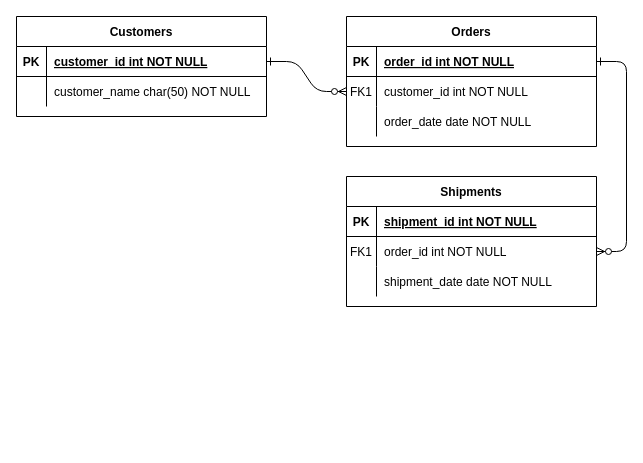
This is Untitled Diagram.drawio from fconakuaz/Prueba_Canal, a draw.io file, before an edit. Source tidied: cells renumbered, new cells numbered last; positions are measured from the earlier drawing's top-left corner, leaving out a move shared by most shapes. Both pictures are drawn from the tidied source at 100%, with x=0, y=0 at pixel (16, 16).
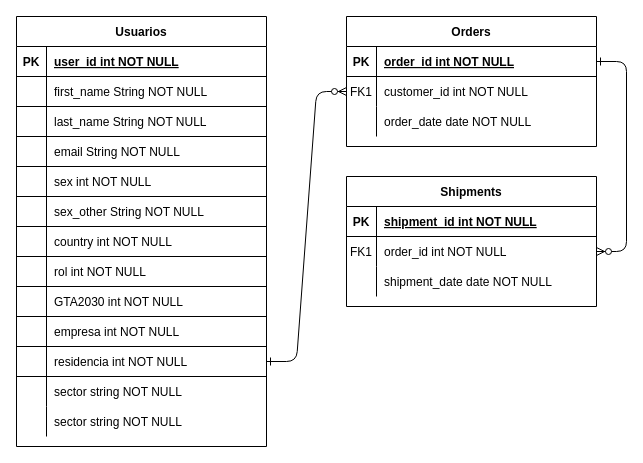
After the change.

The edit, as a diff of the source:
```diff
@@
-    <mxCell id="24" value="Customers" style="shape=table;startSize=30;childLayout=tableLayout;rowLines=0;fontStyle=1;align=center;" parent="1" vertex="1">
-      <mxGeometry width="250" height="100" as="geometry" />
+    <mxCell id="24" value="Usuarios" style="shape=table;startSize=30;childLayout=tableLayout;rowLines=0;fontStyle=1;align=center;" parent="1" vertex="1">
+      <mxGeometry width="250" height="430" as="geometry" />
     </mxCell>
+    <mxCell id="31" style="shape=partialRectangle;fillColor=none;top=0;left=0;right=0;bottom=1;" parent="24" vertex="1">
+      <mxGeometry y="30" width="250" height="30" as="geometry" />
+    </mxCell>
+    <mxCell id="32" value="PK" style="shape=partialRectangle;overflow=hidden;fillColor=none;top=0;left=0;bottom=0;right=0;fontStyle=1;" parent="31" vertex="1">
+      <mxGeometry width="30" height="30" as="geometry" />
+    </mxCell>
+    <mxCell id="33" value="user_id int NOT NULL " style="shape=partialRectangle;overflow=hidden;fillColor=none;top=0;left=0;bottom=0;right=0;align=left;spacingLeft=6;fontStyle=5;" parent="31" vertex="1">
+      <mxGeometry x="30" width="220" height="30" as="geometry" />
+    </mxCell>
+    <mxCell id="34" style="shape=partialRectangle;fillColor=none;top=0;left=0;right=0;bottom=1;" parent="24" vertex="1">
+      <mxGeometry y="60" width="250" height="30" as="geometry" />
+    </mxCell>
+    <mxCell id="35" style="shape=partialRectangle;overflow=hidden;fillColor=none;top=0;left=0;bottom=0;right=0;fontStyle=1;" parent="34" vertex="1">
+      <mxGeometry width="30" height="30" as="geometry" />
+    </mxCell>
+    <mxCell id="36" value="first_name String NOT NULL " style="shape=partialRectangle;overflow=hidden;fillColor=none;top=0;left=0;bottom=0;right=0;align=left;spacingLeft=6;fontStyle=0;strokeColor=none;" parent="34" vertex="1">
+      <mxGeometry x="30" width="220" height="30" as="geometry" />
+    </mxCell>
+    <mxCell id="37" style="shape=partialRectangle;fillColor=none;top=0;left=0;right=0;bottom=1;" parent="24" vertex="1">
+      <mxGeometry y="90" width="250" height="30" as="geometry" />
+    </mxCell>
+    <mxCell id="38" style="shape=partialRectangle;overflow=hidden;fillColor=none;top=0;left=0;bottom=0;right=0;fontStyle=1;" parent="37" vertex="1">
+      <mxGeometry width="30" height="30" as="geometry" />
+    </mxCell>
+    <mxCell id="39" value="last_name String NOT NULL " style="shape=partialRectangle;overflow=hidden;fillColor=none;top=0;left=0;bottom=0;right=0;align=left;spacingLeft=6;fontStyle=0;strokeColor=none;" parent="37" vertex="1">
+      <mxGeometry x="30" width="220" height="30" as="geometry" />
+    </mxCell>
+    <mxCell id="40" style="shape=partialRectangle;fillColor=none;top=0;left=0;right=0;bottom=1;" parent="24" vertex="1">
+      <mxGeometry y="120" width="250" height="30" as="geometry" />
+    </mxCell>
+    <mxCell id="41" style="shape=partialRectangle;overflow=hidden;fillColor=none;top=0;left=0;bottom=0;right=0;fontStyle=1;" parent="40" vertex="1">
+      <mxGeometry width="30" height="30" as="geometry" />
+    </mxCell>
+    <mxCell id="42" value="email String NOT NULL " style="shape=partialRectangle;overflow=hidden;fillColor=none;top=0;left=0;bottom=0;right=0;align=left;spacingLeft=6;fontStyle=0;strokeColor=none;" parent="40" vertex="1">
+      <mxGeometry x="30" width="220" height="30" as="geometry" />
+    </mxCell>
+    <mxCell id="43" style="shape=partialRectangle;fillColor=none;top=0;left=0;right=0;bottom=1;" parent="24" vertex="1">
+      <mxGeometry y="150" width="250" height="30" as="geometry" />
+    </mxCell>
+    <mxCell id="44" style="shape=partialRectangle;overflow=hidden;fillColor=none;top=0;left=0;bottom=0;right=0;fontStyle=1;" parent="43" vertex="1">
+      <mxGeometry width="30" height="30" as="geometry" />
+    </mxCell>
+    <mxCell id="45" value="sex int NOT NULL " style="shape=partialRectangle;overflow=hidden;fillColor=none;top=0;left=0;bottom=0;right=0;align=left;spacingLeft=6;fontStyle=0;strokeColor=none;" parent="43" vertex="1">
+      <mxGeometry x="30" width="220" height="30" as="geometry" />
+    </mxCell>
+    <mxCell id="46" style="shape=partialRectangle;fillColor=none;top=0;left=0;right=0;bottom=1;" parent="24" vertex="1">
+      <mxGeometry y="180" width="250" height="30" as="geometry" />
+    </mxCell>
+    <mxCell id="47" style="shape=partialRectangle;overflow=hidden;fillColor=none;top=0;left=0;bottom=0;right=0;fontStyle=1;" parent="46" vertex="1">
+      <mxGeometry width="30" height="30" as="geometry" />
+    </mxCell>
+    <mxCell id="48" value="sex_other String NOT NULL " style="shape=partialRectangle;overflow=hidden;fillColor=none;top=0;left=0;bottom=0;right=0;align=left;spacingLeft=6;fontStyle=0;strokeColor=none;" parent="46" vertex="1">
+      <mxGeometry x="30" width="220" height="30" as="geometry" />
+    </mxCell>
+    <mxCell id="49" style="shape=partialRectangle;fillColor=none;top=0;left=0;right=0;bottom=1;" parent="24" vertex="1">
+      <mxGeometry y="210" width="250" height="30" as="geometry" />
+    </mxCell>
+    <mxCell id="50" style="shape=partialRectangle;overflow=hidden;fillColor=none;top=0;left=0;bottom=0;right=0;fontStyle=1;" parent="49" vertex="1">
+      <mxGeometry width="30" height="30" as="geometry" />
+    </mxCell>
+    <mxCell id="51" value="country int NOT NULL " style="shape=partialRectangle;overflow=hidden;fillColor=none;top=0;left=0;bottom=0;right=0;align=left;spacingLeft=6;fontStyle=0;strokeColor=none;" parent="49" vertex="1">
+      <mxGeometry x="30" width="220" height="30" as="geometry" />
+    </mxCell>
+    <mxCell id="52" style="shape=partialRectangle;fillColor=none;top=0;left=0;right=0;bottom=1;" parent="24" vertex="1">
+      <mxGeometry y="240" width="250" height="30" as="geometry" />
+    </mxCell>
+    <mxCell id="53" style="shape=partialRectangle;overflow=hidden;fillColor=none;top=0;left=0;bottom=0;right=0;fontStyle=1;" parent="52" vertex="1">
+      <mxGeometry width="30" height="30" as="geometry" />
+    </mxCell>
+    <mxCell id="54" value="rol int NOT NULL " style="shape=partialRectangle;overflow=hidden;fillColor=none;top=0;left=0;bottom=0;right=0;align=left;spacingLeft=6;fontStyle=0;strokeColor=none;" parent="52" vertex="1">
+      <mxGeometry x="30" width="220" height="30" as="geometry" />
+    </mxCell>
+    <mxCell id="55" style="shape=partialRectangle;fillColor=none;top=0;left=0;right=0;bottom=1;" parent="24" vertex="1">
+      <mxGeometry y="270" width="250" height="30" as="geometry" />
+    </mxCell>
+    <mxCell id="56" style="shape=partialRectangle;overflow=hidden;fillColor=none;top=0;left=0;bottom=0;right=0;fontStyle=1;" parent="55" vertex="1">
+      <mxGeometry width="30" height="30" as="geometry" />
+    </mxCell>
+    <mxCell id="57" value="GTA2030 int NOT NULL " style="shape=partialRectangle;overflow=hidden;fillColor=none;top=0;left=0;bottom=0;right=0;align=left;spacingLeft=6;fontStyle=0;strokeColor=none;" parent="55" vertex="1">
+      <mxGeometry x="30" width="220" height="30" as="geometry" />
+    </mxCell>
+    <mxCell id="58" style="shape=partialRectangle;fillColor=none;top=0;left=0;right=0;bottom=1;" parent="24" vertex="1">
+      <mxGeometry y="300" width="250" height="30" as="geometry" />
+    </mxCell>
+    <mxCell id="59" style="shape=partialRectangle;overflow=hidden;fillColor=none;top=0;left=0;bottom=0;right=0;fontStyle=1;" parent="58" vertex="1">
+      <mxGeometry width="30" height="30" as="geometry" />
+    </mxCell>
+    <mxCell id="60" value="empresa int NOT NULL " style="shape=partialRectangle;overflow=hidden;fillColor=none;top=0;left=0;bottom=0;right=0;align=left;spacingLeft=6;fontStyle=0;strokeColor=none;" parent="58" vertex="1">
+      <mxGeometry x="30" width="220" height="30" as="geometry" />
+    </mxCell>
     <mxCell id="25" style="shape=partialRectangle;fillColor=none;points=[[0,0.5],[1,0.5]];portConstraint=eastwest;top=0;left=0;right=0;bottom=1;" parent="24" vertex="1">
-      <mxGeometry y="30" width="250" height="30" as="geometry" />
+      <mxGeometry y="330" width="250" height="30" as="geometry" />
     </mxCell>
-    <mxCell id="26" value="PK" style="shape=partialRectangle;overflow=hidden;fillColor=none;top=0;left=0;bottom=0;right=0;fontStyle=1;" parent="25" vertex="1">
+    <mxCell id="26" style="shape=partialRectangle;overflow=hidden;fillColor=none;top=0;left=0;bottom=0;right=0;fontStyle=1;" parent="25" vertex="1">
       <mxGeometry width="30" height="30" as="geometry" />
     </mxCell>
-    <mxCell id="27" value="customer_id int NOT NULL " style="shape=partialRectangle;overflow=hidden;fillColor=none;top=0;left=0;bottom=0;right=0;align=left;spacingLeft=6;fontStyle=5;" parent="25" vertex="1">
+    <mxCell id="27" value="residencia int NOT NULL " style="shape=partialRectangle;overflow=hidden;fillColor=none;top=0;left=0;bottom=0;right=0;align=left;spacingLeft=6;fontStyle=0;strokeColor=none;" parent="25" vertex="1">
       <mxGeometry x="30" width="220" height="30" as="geometry" />
     </mxCell>
+    <mxCell id="61" style="shape=partialRectangle;fillColor=none;top=0;left=0;right=0;bottom=0;" parent="24" vertex="1">
+      <mxGeometry y="360" width="250" height="30" as="geometry" />
+    </mxCell>
+    <mxCell id="62" style="shape=partialRectangle;overflow=hidden;fillColor=none;top=0;left=0;bottom=0;right=0;" parent="61" vertex="1">
+      <mxGeometry width="30" height="30" as="geometry" />
+    </mxCell>
+    <mxCell id="63" value="sector string NOT NULL" style="shape=partialRectangle;overflow=hidden;fillColor=none;top=0;left=0;bottom=0;right=0;align=left;spacingLeft=6;strokeColor=none;fontStyle=0;" parent="61" vertex="1">
+      <mxGeometry x="30" width="220" height="30" as="geometry" />
+    </mxCell>
     <mxCell id="28" style="shape=partialRectangle;fillColor=none;top=0;left=0;right=0;bottom=0;" parent="24" vertex="1">
-      <mxGeometry y="60" width="250" height="30" as="geometry" />
+      <mxGeometry y="390" width="250" height="30" as="geometry" />
     </mxCell>
@@
-    <mxCell id="30" value="customer_name char(50) NOT NULL" style="shape=partialRectangle;overflow=hidden;fillColor=none;top=0;left=0;bottom=0;right=0;align=left;spacingLeft=6;" parent="28" vertex="1">
+    <mxCell id="30" value="sector string NOT NULL" style="shape=partialRectangle;overflow=hidden;fillColor=none;top=0;left=0;bottom=0;right=0;align=left;spacingLeft=6;strokeColor=none;fontStyle=0;" parent="28" vertex="1">
       <mxGeometry x="30" width="220" height="30" as="geometry" />
     </mxCell>
```
